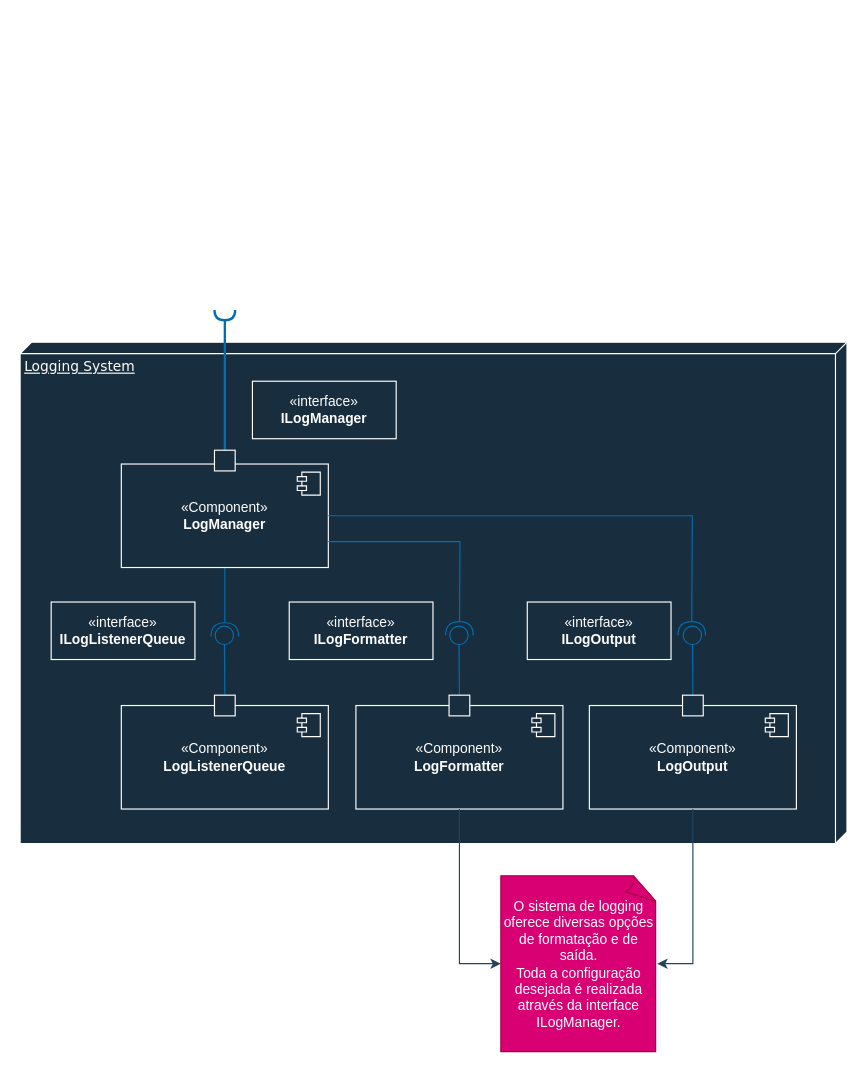
Above: documents/Component Diagram.drawio in pietrodeluca1997/byte-forge-project (draw.io), before the change. Source tidied: cells renumbered, new cells numbered last; positions are measured from the earlier drawing's top-left corner, leaving out a move shared by most shapes. Both pictures are drawn from the tidied source at 115%, with x=0, y=0 at pixel (20, 309).
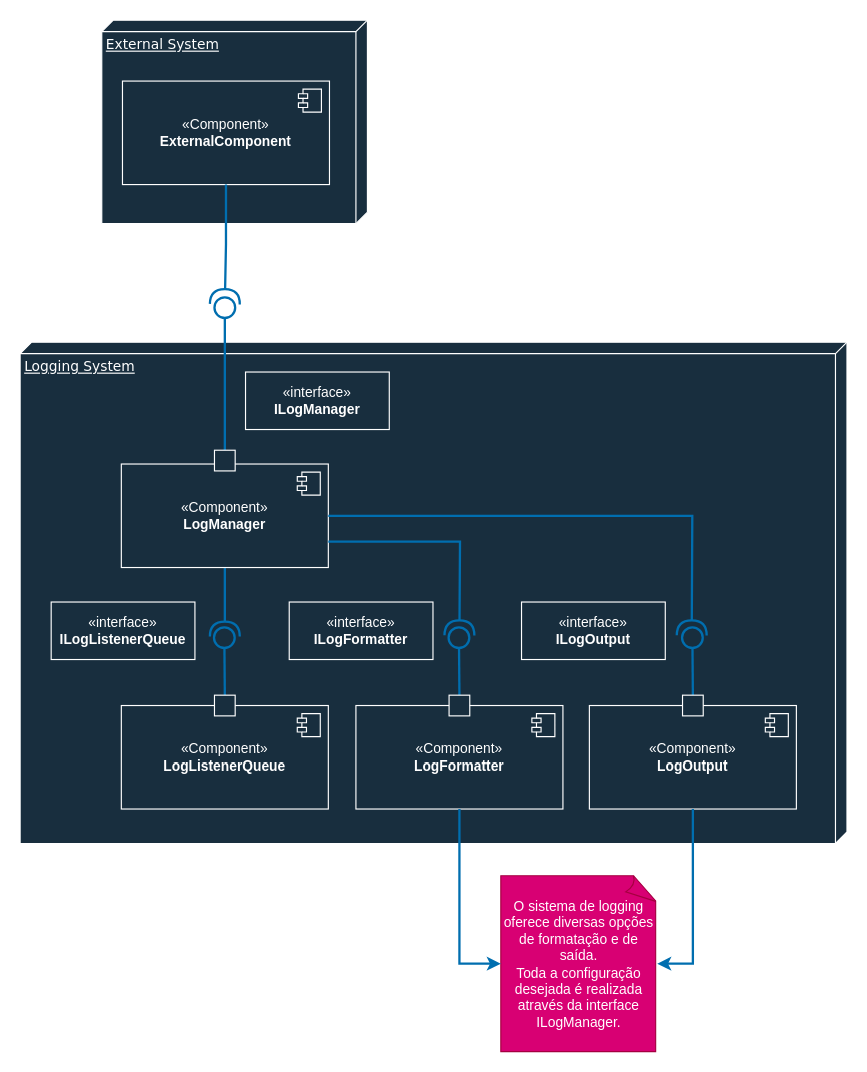
The same diagram, later.

Commit message (it also covers changes not shown here):
Component diagram update

The change refers to these unchanged cells:
```xml
<mxCell id="4" value="«Component»&lt;br&gt;&lt;b&gt;LogManager&lt;/b&gt;" style="html=1;whiteSpace=wrap;labelBackgroundColor=none;fillColor=#182E3E;strokeColor=#FFFFFF;fontColor=#FFFFFF;" parent="1" vertex="1">
  <mxGeometry x="88" y="134" width="180" height="90" as="geometry" />
</mxCell>
<mxCell id="9" style="html=1;rounded=0;strokeColor=#FFFFFF;fontColor=#FFFFFF;fillColor=#182E3E;" parent="1" vertex="1">
  <mxGeometry x="169" y="122" width="18" height="18" as="geometry" />
</mxCell>
<mxCell id="11" style="html=1;rounded=0;strokeColor=#FFFFFF;fontColor=#FFFFFF;fillColor=#182E3E;" parent="1" vertex="1">
  <mxGeometry x="169" y="335" width="18" height="18" as="geometry" />
</mxCell>
<mxCell id="12" value="«Component»&lt;br&gt;&lt;b&gt;LogFormatter&lt;/b&gt;" style="html=1;whiteSpace=wrap;labelBackgroundColor=none;fillColor=#182E3E;strokeColor=#FFFFFF;fontColor=#FFFFFF;" parent="1" vertex="1">
  <mxGeometry x="292" y="344" width="180" height="90" as="geometry" />
</mxCell>
<mxCell id="14" value="«Component»&lt;br&gt;&lt;b&gt;LogOutput&lt;/b&gt;" style="html=1;whiteSpace=wrap;labelBackgroundColor=none;fillColor=#182E3E;strokeColor=#FFFFFF;fontColor=#FFFFFF;" parent="1" vertex="1">
  <mxGeometry x="495" y="344" width="180" height="90" as="geometry" />
</mxCell>
<mxCell id="17" style="html=1;rounded=0;strokeColor=#FFFFFF;fontColor=#FFFFFF;fillColor=#182E3E;" parent="1" vertex="1">
  <mxGeometry x="373" y="335" width="18" height="18" as="geometry" />
</mxCell>
<mxCell id="19" style="html=1;rounded=0;strokeColor=#FFFFFF;fontColor=#FFFFFF;fillColor=#182E3E;" parent="1" vertex="1">
  <mxGeometry x="576" y="335" width="18" height="18" as="geometry" />
</mxCell>
<mxCell id="26" value="O sistema de logging oferece diversas opções de formatação e de saída.&lt;br&gt;Toda a configuração desejada é realizada através da interface ILogManager." style="whiteSpace=wrap;html=1;shape=mxgraph.basic.document;fillColor=#d80073;fontColor=#ffffff;strokeColor=#A50040;" parent="1" vertex="1">
  <mxGeometry x="418" y="492" width="136" height="153" as="geometry" />
</mxCell>
```

The edit, as a diff of the source:
```diff
@@
-    <mxCell id="3" style="edgeStyle=orthogonalEdgeStyle;rounded=0;jettySize=auto;html=1;strokeColor=#006EAF;endArrow=halfCircle;endFill=0;jumpSize=6;endSize=10;fillColor=#1ba1e2;" parent="1" edge="1" source="4">
+    <mxCell id="3" style="edgeStyle=orthogonalEdgeStyle;rounded=0;jettySize=auto;html=1;strokeColor=#006EAF;endArrow=halfCircle;endFill=0;jumpSize=6;endSize=10;fillColor=#1ba1e2;strokeWidth=2;" parent="1" edge="1" source="4">
       <mxGeometry relative="1" as="geometry">
         <mxPoint x="178" y="284" as="targetPoint" />
       </mxGeometry>
     </mxCell>
@@
-    <mxCell id="8" style="edgeStyle=orthogonalEdgeStyle;rounded=0;jettySize=auto;html=1;strokeColor=#006EAF;endArrow=halfCircle;endFill=0;strokeWidth=2;fillColor=#1ba1e2;" parent="1" edge="1" source="9">
+    <mxCell id="8" style="edgeStyle=orthogonalEdgeStyle;rounded=0;jettySize=auto;html=1;strokeColor=#006EAF;endArrow=circle;endFill=0;strokeWidth=2;fillColor=#1ba1e2;endSize=7;" parent="1" edge="1" source="9">
       <mxGeometry relative="1" as="geometry">
-        <mxPoint x="178" as="targetPoint" />
+        <mxPoint x="178" y="-13" as="targetPoint" />
       </mxGeometry>
     </mxCell>
@@
-    <mxCell id="10" style="edgeStyle=orthogonalEdgeStyle;rounded=0;jettySize=auto;html=1;strokeColor=#006EAF;endArrow=circle;endFill=0;endSize=7;startSize=6;jumpSize=6;exitX=0.5;exitY=0;exitDx=0;exitDy=0;fillColor=#1ba1e2;" parent="1" edge="1" source="11">
+    <mxCell id="10" style="edgeStyle=orthogonalEdgeStyle;rounded=0;jettySize=auto;html=1;strokeColor=#006EAF;endArrow=circle;endFill=0;endSize=7;startSize=6;jumpSize=6;exitX=0.5;exitY=0;exitDx=0;exitDy=0;fillColor=#1ba1e2;strokeWidth=2;" parent="1" edge="1" source="11">
       <mxGeometry relative="1" as="geometry">
         <mxPoint x="177.5" y="274" as="targetPoint" />
       </mxGeometry>
     </mxCell>
@@
-    <mxCell id="16" style="edgeStyle=orthogonalEdgeStyle;rounded=0;jettySize=auto;html=1;strokeColor=#006EAF;endArrow=circle;endFill=0;endSize=7;startSize=6;jumpSize=6;exitX=0.5;exitY=0;exitDx=0;exitDy=0;fillColor=#1ba1e2;" parent="1" edge="1" source="17">
+    <mxCell id="16" style="edgeStyle=orthogonalEdgeStyle;rounded=0;jettySize=auto;html=1;strokeColor=#006EAF;endArrow=circle;endFill=0;endSize=7;startSize=6;jumpSize=6;exitX=0.5;exitY=0;exitDx=0;exitDy=0;fillColor=#1ba1e2;strokeWidth=2;" parent="1" edge="1" source="17">
       <mxGeometry relative="1" as="geometry">
         <mxPoint x="381.5" y="274" as="targetPoint" />
       </mxGeometry>
     </mxCell>
@@
-    <mxCell id="18" style="edgeStyle=orthogonalEdgeStyle;rounded=0;jettySize=auto;html=1;strokeColor=#006EAF;endArrow=circle;endFill=0;endSize=7;startSize=6;jumpSize=6;exitX=0.5;exitY=0;exitDx=0;exitDy=0;fillColor=#1ba1e2;" parent="1" edge="1" source="19">
+    <mxCell id="18" style="edgeStyle=orthogonalEdgeStyle;rounded=0;jettySize=auto;html=1;strokeColor=#006EAF;endArrow=circle;endFill=0;endSize=7;startSize=6;jumpSize=6;exitX=0.5;exitY=0;exitDx=0;exitDy=0;fillColor=#1ba1e2;strokeWidth=2;" parent="1" edge="1" source="19">
       <mxGeometry relative="1" as="geometry">
         <mxPoint x="584.5" y="274" as="targetPoint" />
       </mxGeometry>
     </mxCell>
@@
-    <mxCell id="20" style="edgeStyle=orthogonalEdgeStyle;rounded=0;jettySize=auto;html=1;strokeColor=#006EAF;endArrow=halfCircle;endFill=0;jumpSize=6;endSize=10;exitX=1;exitY=0.75;exitDx=0;exitDy=0;fillColor=#1ba1e2;" parent="1" edge="1" source="4">
+    <mxCell id="20" style="edgeStyle=orthogonalEdgeStyle;rounded=0;jettySize=auto;html=1;strokeColor=#006EAF;endArrow=halfCircle;endFill=0;jumpSize=6;endSize=10;exitX=1;exitY=0.75;exitDx=0;exitDy=0;fillColor=#1ba1e2;strokeWidth=2;" parent="1" edge="1" source="4">
       <mxGeometry relative="1" as="geometry">
         <mxPoint x="382" y="283" as="targetPoint" />
       </mxGeometry>
     </mxCell>
-    <mxCell id="21" style="edgeStyle=orthogonalEdgeStyle;rounded=0;jettySize=auto;html=1;strokeColor=#006EAF;endArrow=halfCircle;endFill=0;jumpSize=6;endSize=10;exitX=1;exitY=0.5;exitDx=0;exitDy=0;fillColor=#1ba1e2;" parent="1" edge="1" source="4">
+    <mxCell id="21" style="edgeStyle=orthogonalEdgeStyle;rounded=0;jettySize=auto;html=1;strokeColor=#006EAF;endArrow=halfCircle;endFill=0;jumpSize=6;endSize=10;exitX=1;exitY=0.5;exitDx=0;exitDy=0;fillColor=#1ba1e2;strokeWidth=2;" parent="1" edge="1" source="4">
       <mxGeometry relative="1" as="geometry">
         <mxPoint x="584" y="283" as="targetPoint" />
       </mxGeometry>
     </mxCell>
@@
     <mxCell id="24" value="«interface»&lt;br&gt;&lt;b&gt;ILogOutput&lt;/b&gt;" style="html=1;whiteSpace=wrap;strokeColor=#FFFFFF;fontColor=#FFFFFF;fillColor=#182E3E;" parent="1" vertex="1">
-      <mxGeometry x="441" y="254" width="125" height="50" as="geometry" />
+      <mxGeometry x="436" y="254" width="125" height="50" as="geometry" />
     </mxCell>
     <mxCell id="25" value="«interface»&lt;br&gt;&lt;b&gt;ILogManager&lt;/b&gt;" style="html=1;whiteSpace=wrap;strokeColor=#FFFFFF;fontColor=#FFFFFF;fillColor=#182E3E;" parent="1" vertex="1">
-      <mxGeometry x="202" y="62" width="125" height="50" as="geometry" />
+      <mxGeometry x="196" y="54" width="125" height="50" as="geometry" />
     </mxCell>
@@
-    <mxCell id="27" style="edgeStyle=orthogonalEdgeStyle;rounded=0;jettySize=auto;html=1;entryX=0;entryY=0.5;entryDx=0;entryDy=0;entryPerimeter=0;strokeColor=#23445D;" parent="1" edge="1" source="12" target="26">
+    <mxCell id="27" style="edgeStyle=orthogonalEdgeStyle;rounded=0;jettySize=auto;html=1;entryX=0;entryY=0.5;entryDx=0;entryDy=0;entryPerimeter=0;strokeColor=#006EAF;endSize=6;strokeWidth=2;fillColor=#1ba1e2;" parent="1" edge="1" source="12" target="26">
       <mxGeometry relative="1" as="geometry" />
     </mxCell>
-    <mxCell id="28" style="edgeStyle=orthogonalEdgeStyle;rounded=0;jettySize=auto;html=1;entryX=1;entryY=0.5;entryDx=0;entryDy=0;entryPerimeter=0;strokeColor=#23445D;" parent="1" edge="1" source="14" target="26">
+    <mxCell id="28" style="edgeStyle=orthogonalEdgeStyle;rounded=0;jettySize=auto;html=1;entryX=1;entryY=0.5;entryDx=0;entryDy=0;entryPerimeter=0;strokeColor=#006EAF;endSize=6;strokeWidth=2;fillColor=#1ba1e2;" parent="1" edge="1" source="14" target="26">
       <mxGeometry relative="1" as="geometry" />
     </mxCell>
+    <mxCell id="29" value="&lt;div&gt;External System&lt;/div&gt;" style="verticalAlign=top;align=left;spacingTop=8;spacingLeft=2;spacingRight=12;shape=cube;size=10;direction=south;fontStyle=4;html=1;rounded=0;shadow=0;comic=0;labelBackgroundColor=none;strokeWidth=1;fontFamily=Verdana;fontSize=12;fillColor=#182E3E;strokeColor=#FFFFFF;fontColor=#FFFFFF;" parent="1" vertex="1">
+      <mxGeometry x="71" y="-252" width="231" height="177" as="geometry" />
+    </mxCell>
+    <mxCell id="30" value="«Component»&lt;br&gt;&lt;b&gt;ExternalComponent&lt;/b&gt;" style="html=1;whiteSpace=wrap;labelBackgroundColor=none;fillColor=#182E3E;strokeColor=#FFFFFF;fontColor=#FFFFFF;" parent="1" vertex="1">
+      <mxGeometry x="89" y="-199" width="180" height="90" as="geometry" />
+    </mxCell>
+    <mxCell id="31" style="shape=module;jettyWidth=8;jettyHeight=4;labelBackgroundColor=none;fillColor=#182E3E;strokeColor=#FFFFFF;fontColor=#FFFFFF;" parent="30" vertex="1">
+      <mxGeometry x="1" width="20" height="20" relative="1" as="geometry">
+        <mxPoint x="-27" y="7" as="offset" />
+      </mxGeometry>
+    </mxCell>
+    <mxCell id="32" style="edgeStyle=orthogonalEdgeStyle;rounded=0;jettySize=auto;html=1;strokeColor=#006EAF;endArrow=halfCircle;endFill=0;jumpSize=6;endSize=10;fillColor=#1ba1e2;exitX=0.5;exitY=1;exitDx=0;exitDy=0;strokeWidth=2;" parent="1" edge="1" source="30">
+      <mxGeometry relative="1" as="geometry">
+        <mxPoint x="178" y="-5" as="targetPoint" />
+      </mxGeometry>
+    </mxCell>
+    <mxCell id="33" style="edgeStyle=orthogonalEdgeStyle;rounded=0;orthogonalLoop=1;jettySize=auto;html=1;exitX=0.5;exitY=1;exitDx=0;exitDy=0;" parent="1" edge="1" source="25" target="25">
+      <mxGeometry relative="1" as="geometry" />
+    </mxCell>
```
